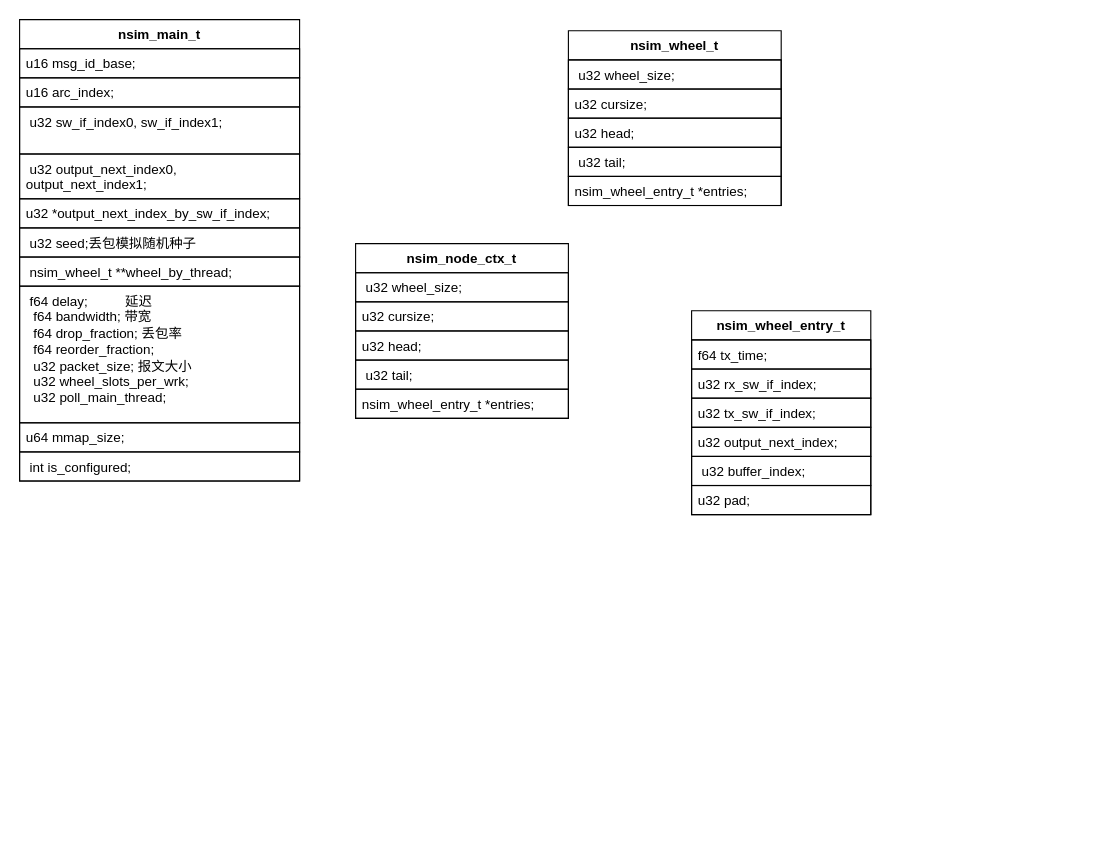
Before: new_map/nsim.drawio in jin13417/dpdk-vpp-learning, a draw.io diagram. Source tidied: cells renumbered, new cells numbered last; positions are measured from the earlier drawing's top-left corner, leaving out a move shared by most shapes. Both pictures are drawn from the tidied source at 112%, with x=0, y=0 at pixel (19, 19).
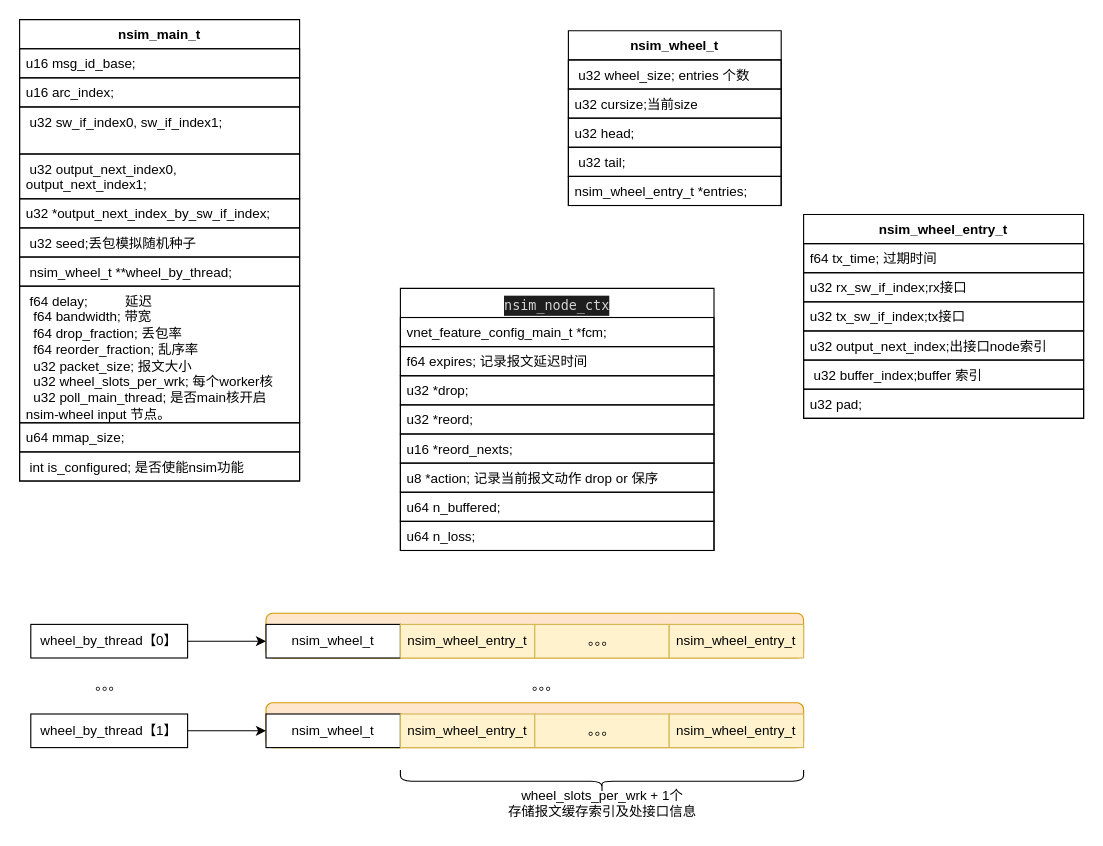
The same page after the edit.

The change refers to these unchanged cells:
```xml
<mxCell id="2" value="nsim_main_t" style="swimlane;fontStyle=1;align=center;verticalAlign=top;horizontal=1;startSize=26;whiteSpace=wrap;html=1;" parent="1" vertex="1">
  <mxGeometry width="250" height="412" as="geometry" />
</mxCell>
<mxCell id="20" value="nsim_wheel_t" style="swimlane;fontStyle=1;align=center;verticalAlign=top;horizontal=1;startSize=26;whiteSpace=wrap;html=1;" parent="1" vertex="1">
  <mxGeometry x="490" y="10" width="190" height="156" as="geometry" />
</mxCell>
```

Change to the diagram source:
```diff
@@
-    <mxCell id="10" value="&lt;div&gt;&amp;nbsp;f64 delay;&amp;nbsp; &amp;nbsp; &amp;nbsp; &amp;nbsp; &amp;nbsp; 延迟&lt;/div&gt;&lt;div&gt;&amp;nbsp; f64 bandwidth; 带宽&lt;/div&gt;&lt;div&gt;&amp;nbsp; f64 drop_fraction; 丢包率&lt;/div&gt;&lt;div&gt;&amp;nbsp; f64 reorder_fraction;&lt;/div&gt;&lt;div&gt;&amp;nbsp; u32 packet_size; 报文大小&lt;/div&gt;&lt;div&gt;&amp;nbsp; u32 wheel_slots_per_wrk;&lt;/div&gt;&lt;div&gt;&amp;nbsp; u32 poll_main_thread;&lt;/div&gt;" style="text;strokeColor=default;fillColor=none;align=left;verticalAlign=top;spacingLeft=4;spacingRight=4;overflow=hidden;whiteSpace=wrap;html=1;" parent="2" vertex="1">
+    <mxCell id="10" value="&lt;div&gt;&amp;nbsp;f64 delay;&amp;nbsp; &amp;nbsp; &amp;nbsp; &amp;nbsp; &amp;nbsp; 延迟&lt;/div&gt;&lt;div&gt;&amp;nbsp; f64 bandwidth; 带宽&lt;/div&gt;&lt;div&gt;&amp;nbsp; f64 drop_fraction; 丢包率&lt;/div&gt;&lt;div&gt;&amp;nbsp; f64 reorder_fraction; 乱序率&lt;/div&gt;&lt;div&gt;&amp;nbsp; u32 packet_size; 报文大小&lt;/div&gt;&lt;div&gt;&amp;nbsp; u32 wheel_slots_per_wrk; 每个worker核&lt;/div&gt;&lt;div&gt;&amp;nbsp; u32 poll_main_thread; 是否main核开启nsim-wheel input 节点。&lt;/div&gt;" style="text;strokeColor=default;fillColor=none;align=left;verticalAlign=top;spacingLeft=4;spacingRight=4;overflow=hidden;whiteSpace=wrap;html=1;" parent="2" vertex="1">
       <mxGeometry y="238" width="250" height="122" as="geometry" />
     </mxCell>
@@
-    <mxCell id="12" value="&amp;nbsp;int is_configured;" style="text;strokeColor=default;fillColor=none;align=left;verticalAlign=top;spacingLeft=4;spacingRight=4;overflow=hidden;whiteSpace=wrap;html=1;" parent="2" vertex="1">
+    <mxCell id="12" value="&amp;nbsp;int is_configured; 是否使能nsim功能" style="text;strokeColor=default;fillColor=none;align=left;verticalAlign=top;spacingLeft=4;spacingRight=4;overflow=hidden;whiteSpace=wrap;html=1;" parent="2" vertex="1">
       <mxGeometry y="386" width="250" height="26" as="geometry" />
     </mxCell>
     <mxCell id="13" value="nsim_wheel_entry_t" style="swimlane;fontStyle=1;align=center;verticalAlign=top;horizontal=1;startSize=26;whiteSpace=wrap;html=1;" parent="1" vertex="1">
-      <mxGeometry x="600" y="260" width="160" height="182" as="geometry" />
+      <mxGeometry x="700" y="174" width="250" height="182" as="geometry" />
     </mxCell>
-    <mxCell id="14" value="f64 tx_time;" style="text;strokeColor=default;fillColor=none;align=left;verticalAlign=top;spacingLeft=4;spacingRight=4;overflow=hidden;whiteSpace=wrap;html=1;" parent="13" vertex="1">
-      <mxGeometry y="26" width="160" height="26" as="geometry" />
+    <mxCell id="14" value="f64 tx_time; 过期时间" style="text;strokeColor=default;fillColor=none;align=left;verticalAlign=top;spacingLeft=4;spacingRight=4;overflow=hidden;whiteSpace=wrap;html=1;" parent="13" vertex="1">
+      <mxGeometry y="26" width="250" height="26" as="geometry" />
     </mxCell>
-    <mxCell id="15" value="u32 rx_sw_if_index;" style="text;strokeColor=default;fillColor=none;align=left;verticalAlign=top;spacingLeft=4;spacingRight=4;overflow=hidden;whiteSpace=wrap;html=1;" parent="13" vertex="1">
-      <mxGeometry y="52" width="160" height="26" as="geometry" />
+    <mxCell id="15" value="u32 rx_sw_if_index;rx接口" style="text;strokeColor=default;fillColor=none;align=left;verticalAlign=top;spacingLeft=4;spacingRight=4;overflow=hidden;whiteSpace=wrap;html=1;" parent="13" vertex="1">
+      <mxGeometry y="52" width="250" height="26" as="geometry" />
     </mxCell>
-    <mxCell id="16" value="u32 tx_sw_if_index;" style="text;strokeColor=default;fillColor=none;align=left;verticalAlign=top;spacingLeft=4;spacingRight=4;overflow=hidden;whiteSpace=wrap;html=1;" parent="13" vertex="1">
-      <mxGeometry y="78" width="160" height="26" as="geometry" />
+    <mxCell id="16" value="u32 tx_sw_if_index;tx接口" style="text;strokeColor=default;fillColor=none;align=left;verticalAlign=top;spacingLeft=4;spacingRight=4;overflow=hidden;whiteSpace=wrap;html=1;" parent="13" vertex="1">
+      <mxGeometry y="78" width="250" height="26" as="geometry" />
     </mxCell>
-    <mxCell id="17" value="u32 output_next_index;" style="text;strokeColor=default;fillColor=none;align=left;verticalAlign=top;spacingLeft=4;spacingRight=4;overflow=hidden;whiteSpace=wrap;html=1;" parent="13" vertex="1">
-      <mxGeometry y="104" width="160" height="26" as="geometry" />
+    <mxCell id="17" value="u32 output_next_index;出接口node索引" style="text;strokeColor=default;fillColor=none;align=left;verticalAlign=top;spacingLeft=4;spacingRight=4;overflow=hidden;whiteSpace=wrap;html=1;" parent="13" vertex="1">
+      <mxGeometry y="104" width="250" height="26" as="geometry" />
     </mxCell>
-    <mxCell id="18" value="&amp;nbsp;u32 buffer_index;" style="text;strokeColor=default;fillColor=none;align=left;verticalAlign=top;spacingLeft=4;spacingRight=4;overflow=hidden;whiteSpace=wrap;html=1;" parent="13" vertex="1">
-      <mxGeometry y="130" width="160" height="26" as="geometry" />
+    <mxCell id="18" value="&amp;nbsp;u32 buffer_index;buffer 索引" style="text;strokeColor=default;fillColor=none;align=left;verticalAlign=top;spacingLeft=4;spacingRight=4;overflow=hidden;whiteSpace=wrap;html=1;" parent="13" vertex="1">
+      <mxGeometry y="130" width="250" height="26" as="geometry" />
     </mxCell>
     <mxCell id="19" value="u32 pad;" style="text;strokeColor=default;fillColor=none;align=left;verticalAlign=top;spacingLeft=4;spacingRight=4;overflow=hidden;whiteSpace=wrap;html=1;" parent="13" vertex="1">
-      <mxGeometry y="156" width="160" height="26" as="geometry" />
+      <mxGeometry y="156" width="250" height="26" as="geometry" />
     </mxCell>
@@
-    <mxCell id="21" value="&amp;nbsp;u32 wheel_size;" style="text;strokeColor=default;fillColor=none;align=left;verticalAlign=top;spacingLeft=4;spacingRight=4;overflow=hidden;whiteSpace=wrap;html=1;" parent="20" vertex="1">
+    <mxCell id="21" value="&amp;nbsp;u32 wheel_size; entries 个数" style="text;strokeColor=default;fillColor=none;align=left;verticalAlign=top;spacingLeft=4;spacingRight=4;overflow=hidden;whiteSpace=wrap;html=1;" parent="20" vertex="1">
       <mxGeometry y="26" width="190" height="26" as="geometry" />
     </mxCell>
-    <mxCell id="22" value="u32 cursize;" style="text;strokeColor=default;fillColor=none;align=left;verticalAlign=top;spacingLeft=4;spacingRight=4;overflow=hidden;whiteSpace=wrap;html=1;" parent="20" vertex="1">
+    <mxCell id="22" value="u32 cursize;当前size" style="text;strokeColor=default;fillColor=none;align=left;verticalAlign=top;spacingLeft=4;spacingRight=4;overflow=hidden;whiteSpace=wrap;html=1;" parent="20" vertex="1">
       <mxGeometry y="52" width="190" height="26" as="geometry" />
     </mxCell>
@@
-    <mxCell id="26" value="nsim_node_ctx_t" style="swimlane;fontStyle=1;align=center;verticalAlign=top;horizontal=1;startSize=26;whiteSpace=wrap;html=1;" parent="1" vertex="1">
-      <mxGeometry x="300" y="200" width="190" height="156" as="geometry" />
-    </mxCell>
-    <mxCell id="27" value="&amp;nbsp;u32 wheel_size;" style="text;strokeColor=default;fillColor=none;align=left;verticalAlign=top;spacingLeft=4;spacingRight=4;overflow=hidden;whiteSpace=wrap;html=1;" parent="26" vertex="1">
-      <mxGeometry y="26" width="190" height="26" as="geometry" />
-    </mxCell>
-    <mxCell id="28" value="u32 cursize;" style="text;strokeColor=default;fillColor=none;align=left;verticalAlign=top;spacingLeft=4;spacingRight=4;overflow=hidden;whiteSpace=wrap;html=1;" parent="26" vertex="1">
-      <mxGeometry y="52" width="190" height="26" as="geometry" />
-    </mxCell>
-    <mxCell id="29" value="u32 head;" style="text;strokeColor=default;fillColor=none;align=left;verticalAlign=top;spacingLeft=4;spacingRight=4;overflow=hidden;whiteSpace=wrap;html=1;" parent="26" vertex="1">
-      <mxGeometry y="78" width="190" height="26" as="geometry" />
-    </mxCell>
-    <mxCell id="30" value="&amp;nbsp;u32 tail;" style="text;strokeColor=default;fillColor=none;align=left;verticalAlign=top;spacingLeft=4;spacingRight=4;overflow=hidden;whiteSpace=wrap;html=1;" parent="26" vertex="1">
-      <mxGeometry y="104" width="190" height="26" as="geometry" />
-    </mxCell>
-    <mxCell id="31" value="nsim_wheel_entry_t *entries;" style="text;strokeColor=default;fillColor=none;align=left;verticalAlign=top;spacingLeft=4;spacingRight=4;overflow=hidden;whiteSpace=wrap;html=1;" parent="26" vertex="1">
-      <mxGeometry y="130" width="190" height="26" as="geometry" />
-    </mxCell>
+    <mxCell id="32" value="&lt;div style=&quot;color: rgb(212, 212, 212); background-color: rgb(30, 30, 30); font-family: &amp;quot;Source Code Pro&amp;quot;, Menlo, Monaco, &amp;quot;Courier New&amp;quot;, monospace, Menlo, Monaco, &amp;quot;Courier New&amp;quot;, monospace; font-weight: normal; line-height: 18px;&quot;&gt;nsim_node_ctx&lt;/div&gt;" style="swimlane;fontStyle=1;align=center;verticalAlign=top;horizontal=1;startSize=26;whiteSpace=wrap;html=1;" parent="1" vertex="1">
+      <mxGeometry x="340" y="240" width="280" height="234" as="geometry" />
+    </mxCell>
+    <mxCell id="33" value="vnet_feature_config_main_t *fcm;" style="text;strokeColor=default;fillColor=none;align=left;verticalAlign=top;spacingLeft=4;spacingRight=4;overflow=hidden;whiteSpace=wrap;html=1;" parent="32" vertex="1">
+      <mxGeometry y="26" width="280" height="26" as="geometry" />
+    </mxCell>
+    <mxCell id="34" value="f64 expires; 记录报文延迟时间" style="text;strokeColor=default;fillColor=none;align=left;verticalAlign=top;spacingLeft=4;spacingRight=4;overflow=hidden;whiteSpace=wrap;html=1;" parent="32" vertex="1">
+      <mxGeometry y="52" width="280" height="26" as="geometry" />
+    </mxCell>
+    <mxCell id="35" value="u32 *drop;" style="text;strokeColor=default;fillColor=none;align=left;verticalAlign=top;spacingLeft=4;spacingRight=4;overflow=hidden;whiteSpace=wrap;html=1;" parent="32" vertex="1">
+      <mxGeometry y="78" width="280" height="26" as="geometry" />
+    </mxCell>
+    <mxCell id="36" value="u32 *reord;" style="text;strokeColor=default;fillColor=none;align=left;verticalAlign=top;spacingLeft=4;spacingRight=4;overflow=hidden;whiteSpace=wrap;html=1;" parent="32" vertex="1">
+      <mxGeometry y="104" width="280" height="26" as="geometry" />
+    </mxCell>
+    <mxCell id="37" value="u16 *reord_nexts;" style="text;strokeColor=default;fillColor=none;align=left;verticalAlign=top;spacingLeft=4;spacingRight=4;overflow=hidden;whiteSpace=wrap;html=1;" parent="32" vertex="1">
+      <mxGeometry y="130" width="280" height="26" as="geometry" />
+    </mxCell>
+    <mxCell id="38" value="u8 *action; 记录当前报文动作 drop or 保序" style="text;strokeColor=default;fillColor=none;align=left;verticalAlign=top;spacingLeft=4;spacingRight=4;overflow=hidden;whiteSpace=wrap;html=1;" parent="32" vertex="1">
+      <mxGeometry y="156" width="280" height="26" as="geometry" />
+    </mxCell>
+    <mxCell id="39" value="u64 n_buffered;" style="text;strokeColor=default;fillColor=none;align=left;verticalAlign=top;spacingLeft=4;spacingRight=4;overflow=hidden;whiteSpace=wrap;html=1;" parent="32" vertex="1">
+      <mxGeometry y="182" width="280" height="26" as="geometry" />
+    </mxCell>
+    <mxCell id="40" value="u64 n_loss;" style="text;strokeColor=default;fillColor=none;align=left;verticalAlign=top;spacingLeft=4;spacingRight=4;overflow=hidden;whiteSpace=wrap;html=1;" parent="32" vertex="1">
+      <mxGeometry y="208" width="280" height="26" as="geometry" />
+    </mxCell>
+    <mxCell id="41" style="rounded=1;whiteSpace=wrap;html=1;fillColor=#ffe6cc;strokeColor=#d79b00;" parent="1" vertex="1">
+      <mxGeometry x="220" y="530" width="480" height="40" as="geometry" />
+    </mxCell>
+    <mxCell id="42" value="nsim_wheel_t" style="rounded=0;whiteSpace=wrap;html=1;" parent="1" vertex="1">
+      <mxGeometry x="220" y="540" width="120" height="30" as="geometry" />
+    </mxCell>
+    <mxCell id="43" value="nsim_wheel_entry_t" style="rounded=0;whiteSpace=wrap;html=1;fillColor=#fff2cc;strokeColor=#d6b656;" parent="1" vertex="1">
+      <mxGeometry x="340" y="540" width="120" height="30" as="geometry" />
+    </mxCell>
+    <mxCell id="44" value="。。。" style="rounded=0;whiteSpace=wrap;html=1;fillColor=#fff2cc;strokeColor=#d6b656;" parent="1" vertex="1">
+      <mxGeometry x="460" y="540" width="120" height="30" as="geometry" />
+    </mxCell>
+    <mxCell id="45" value="nsim_wheel_entry_t" style="rounded=0;whiteSpace=wrap;html=1;fillColor=#fff2cc;strokeColor=#d6b656;" parent="1" vertex="1">
+      <mxGeometry x="580" y="540" width="120" height="30" as="geometry" />
+    </mxCell>
+    <mxCell id="46" style="rounded=1;whiteSpace=wrap;html=1;fillColor=#ffe6cc;strokeColor=#d79b00;" parent="1" vertex="1">
+      <mxGeometry x="220" y="610" width="480" height="40" as="geometry" />
+    </mxCell>
+    <mxCell id="47" value="nsim_wheel_t" style="rounded=0;whiteSpace=wrap;html=1;" parent="1" vertex="1">
+      <mxGeometry x="220" y="620" width="120" height="30" as="geometry" />
+    </mxCell>
+    <mxCell id="48" value="nsim_wheel_entry_t" style="rounded=0;whiteSpace=wrap;html=1;fillColor=#fff2cc;strokeColor=#d6b656;" parent="1" vertex="1">
+      <mxGeometry x="340" y="620" width="120" height="30" as="geometry" />
+    </mxCell>
+    <mxCell id="49" value="。。。" style="rounded=0;whiteSpace=wrap;html=1;fillColor=#fff2cc;strokeColor=#d6b656;" parent="1" vertex="1">
+      <mxGeometry x="460" y="620" width="120" height="30" as="geometry" />
+    </mxCell>
+    <mxCell id="50" value="nsim_wheel_entry_t" style="rounded=0;whiteSpace=wrap;html=1;fillColor=#fff2cc;strokeColor=#d6b656;" parent="1" vertex="1">
+      <mxGeometry x="580" y="620" width="120" height="30" as="geometry" />
+    </mxCell>
+    <mxCell id="51" style="shape=curlyBracket;whiteSpace=wrap;html=1;rounded=1;labelPosition=left;verticalLabelPosition=middle;align=right;verticalAlign=middle;direction=north;" parent="1" vertex="1">
+      <mxGeometry x="340" y="670" width="360" height="20" as="geometry" />
+    </mxCell>
+    <mxCell id="52" value="wheel_slots_per_wrk + 1个&lt;br&gt;存储报文缓存索引及处接口信息" style="text;html=1;align=center;verticalAlign=middle;strokeColor=none;fillColor=none;" parent="1" vertex="1">
+      <mxGeometry x="425" y="680" width="190" height="40" as="geometry" />
+    </mxCell>
+    <mxCell id="53" style="edgeStyle=orthogonalEdgeStyle;rounded=0;jettySize=auto;html=1;exitX=1;exitY=0.5;exitDx=0;exitDy=0;entryX=0;entryY=0.5;entryDx=0;entryDy=0;" parent="1" edge="1" source="54" target="42">
+      <mxGeometry relative="1" as="geometry" />
+    </mxCell>
+    <mxCell id="54" value="wheel_by_thread【0】" style="rounded=0;whiteSpace=wrap;html=1;" parent="1" vertex="1">
+      <mxGeometry x="10" y="540" width="140" height="30" as="geometry" />
+    </mxCell>
+    <mxCell id="55" style="edgeStyle=orthogonalEdgeStyle;rounded=0;jettySize=auto;html=1;exitX=1;exitY=0.5;exitDx=0;exitDy=0;entryX=0;entryY=0.5;entryDx=0;entryDy=0;" parent="1" edge="1" source="56" target="47">
+      <mxGeometry relative="1" as="geometry" />
+    </mxCell>
+    <mxCell id="56" value="wheel_by_thread【1】" style="rounded=0;whiteSpace=wrap;html=1;" parent="1" vertex="1">
+      <mxGeometry x="10" y="620" width="140" height="30" as="geometry" />
+    </mxCell>
+    <mxCell id="57" value="。。。" style="text;html=1;strokeColor=none;fillColor=none;align=center;verticalAlign=middle;whiteSpace=wrap;rounded=0;" parent="1" vertex="1">
+      <mxGeometry x="50" y="580" width="60" height="30" as="geometry" />
+    </mxCell>
+    <mxCell id="58" value="。。。" style="text;html=1;strokeColor=none;fillColor=none;align=center;verticalAlign=middle;whiteSpace=wrap;rounded=0;" parent="1" vertex="1">
+      <mxGeometry x="440" y="580" width="60" height="30" as="geometry" />
+    </mxCell>
```
